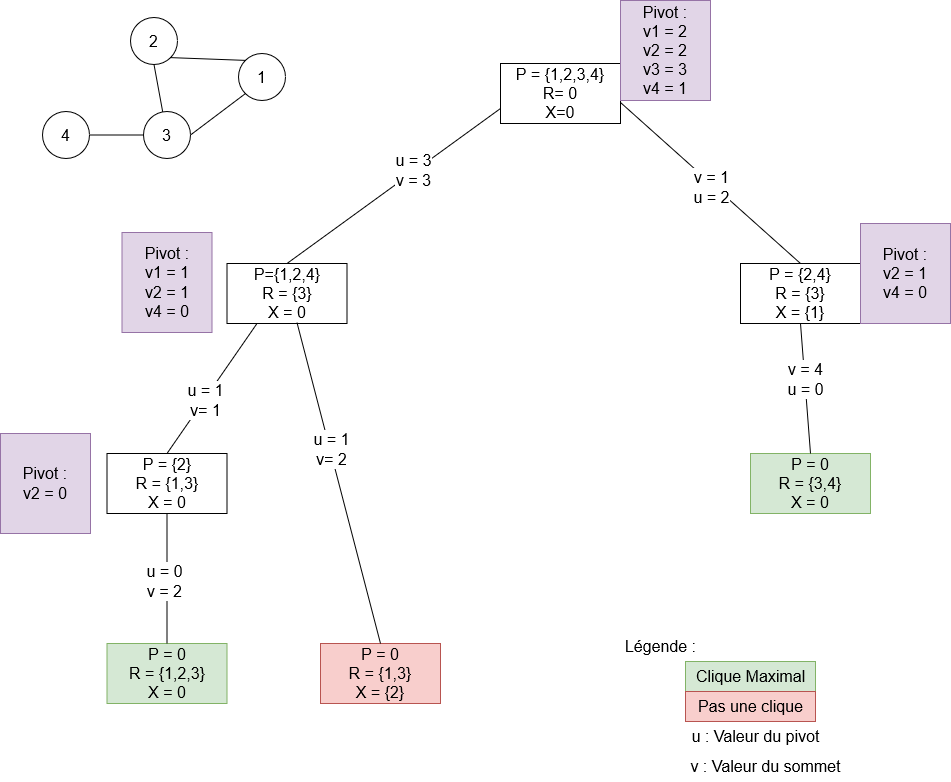
This is src/memoire-umons/images/pivot_kerbosch.png from sebabal1/projet_lrs, a draw.io export, as it was before one commit. Source tidied: cells renumbered, new cells last; positions are measured from the earlier drawing's top-left corner, leaving out a move shared by most shapes. The source it was exported from:
```xml
<mxGraphModel>
  <root>
    <mxCell id="0" />
    <mxCell id="1" parent="0" />
    <mxCell id="2" value="&lt;div style=&quot;font-size: 16px;&quot;&gt;P = {1,2,3,4}&lt;/div&gt;&lt;div style=&quot;font-size: 16px;&quot;&gt;R= 0&lt;/div&gt;&lt;div style=&quot;font-size: 16px;&quot;&gt;X=0&lt;br style=&quot;font-size: 16px;&quot;&gt;&lt;/div&gt;" style="rounded=0;whiteSpace=wrap;html=1;fontSize=16;" parent="1" vertex="1">
      <mxGeometry x="500" y="63" width="120" height="60" as="geometry" />
    </mxCell>
    <mxCell id="3" value="&lt;div style=&quot;font-size: 16px;&quot;&gt;P={1,2,4}&lt;/div&gt;&lt;div style=&quot;font-size: 16px;&quot;&gt;R = {3}&lt;/div&gt;&lt;div style=&quot;font-size: 16px;&quot;&gt;X = 0&lt;br style=&quot;font-size: 16px;&quot;&gt;&lt;/div&gt;" style="rounded=0;whiteSpace=wrap;html=1;fontSize=16;" parent="1" vertex="1">
      <mxGeometry x="226.5" y="263" width="120" height="60" as="geometry" />
    </mxCell>
    <mxCell id="4" value="&lt;div style=&quot;font-size: 16px;&quot;&gt;P = {2}&lt;/div&gt;&lt;div style=&quot;font-size: 16px;&quot;&gt;R = {1,3}&lt;/div&gt;&lt;div style=&quot;font-size: 16px;&quot;&gt;X = 0&lt;br style=&quot;font-size: 16px;&quot;&gt;&lt;/div&gt;" style="rounded=0;whiteSpace=wrap;html=1;fontSize=16;" parent="1" vertex="1">
      <mxGeometry x="106.5" y="453" width="120" height="60" as="geometry" />
    </mxCell>
    <mxCell id="5" value="&lt;div style=&quot;font-size: 16px;&quot;&gt;P = 0&lt;/div&gt;&lt;div style=&quot;font-size: 16px;&quot;&gt;R = {1,2,3}&lt;/div&gt;&lt;div style=&quot;font-size: 16px;&quot;&gt;X = 0&lt;br style=&quot;font-size: 16px;&quot;&gt;&lt;/div&gt;" style="rounded=0;whiteSpace=wrap;html=1;fontSize=16;fillColor=#d5e8d4;strokeColor=#82b366;" parent="1" vertex="1">
      <mxGeometry x="106.5" y="643" width="120" height="60" as="geometry" />
    </mxCell>
    <mxCell id="6" value="&lt;div style=&quot;font-size: 16px;&quot;&gt;P = 0&lt;/div&gt;&lt;div style=&quot;font-size: 16px;&quot;&gt;R = {1,3}&lt;/div&gt;&lt;div style=&quot;font-size: 16px;&quot;&gt;X = {2}&lt;br style=&quot;font-size: 16px;&quot;&gt;&lt;/div&gt;" style="rounded=0;whiteSpace=wrap;html=1;fontSize=16;fillColor=#f8cecc;strokeColor=#b85450;" parent="1" vertex="1">
      <mxGeometry x="320" y="643" width="120" height="60" as="geometry" />
    </mxCell>
    <mxCell id="7" value="&lt;div style=&quot;font-size: 16px;&quot;&gt;P = {2,4}&lt;/div&gt;&lt;div style=&quot;font-size: 16px;&quot;&gt;R = {3}&lt;/div&gt;&lt;div style=&quot;font-size: 16px;&quot;&gt;X = {1}&lt;br style=&quot;font-size: 16px;&quot;&gt;&lt;/div&gt;" style="rounded=0;whiteSpace=wrap;html=1;fontSize=16;" parent="1" vertex="1">
      <mxGeometry x="740" y="263" width="120" height="60" as="geometry" />
    </mxCell>
    <mxCell id="8" value="&lt;div style=&quot;font-size: 16px;&quot;&gt;P = 0&lt;/div&gt;&lt;div style=&quot;font-size: 16px;&quot;&gt;R = {3,4}&lt;/div&gt;&lt;div style=&quot;font-size: 16px;&quot;&gt;X = 0&lt;br style=&quot;font-size: 16px;&quot;&gt;&lt;/div&gt;" style="rounded=0;whiteSpace=wrap;html=1;fontSize=16;fillColor=#d5e8d4;strokeColor=#82b366;" parent="1" vertex="1">
      <mxGeometry x="750" y="453" width="120" height="60" as="geometry" />
    </mxCell>
    <mxCell id="9" value="4" style="ellipse;whiteSpace=wrap;html=1;fontSize=16;" parent="1" vertex="1">
      <mxGeometry x="42" y="111" width="47" height="47" as="geometry" />
    </mxCell>
    <mxCell id="10" value="1" style="ellipse;whiteSpace=wrap;html=1;fontSize=16;" parent="1" vertex="1">
      <mxGeometry x="238" y="53" width="47" height="47" as="geometry" />
    </mxCell>
    <mxCell id="11" value="3" style="ellipse;whiteSpace=wrap;html=1;fontSize=16;" parent="1" vertex="1">
      <mxGeometry x="143" y="111" width="47" height="47" as="geometry" />
    </mxCell>
    <mxCell id="12" value="2" style="ellipse;whiteSpace=wrap;html=1;fontSize=16;" parent="1" vertex="1">
      <mxGeometry x="130" y="17" width="47" height="47" as="geometry" />
    </mxCell>
    <mxCell id="13" style="endArrow=none;html=1;rounded=0;exitX=1;exitY=0.5;exitDx=0;exitDy=0;entryX=0;entryY=0.5;entryDx=0;entryDy=0;fontSize=16;" parent="1" edge="1" source="9" target="11">
      <mxGeometry relative="1" as="geometry" />
    </mxCell>
    <mxCell id="14" style="endArrow=none;html=1;rounded=0;exitX=1;exitY=0.5;exitDx=0;exitDy=0;entryX=0;entryY=1;entryDx=0;entryDy=0;fontSize=16;" parent="1" edge="1" source="11" target="10">
      <mxGeometry relative="1" as="geometry" />
    </mxCell>
    <mxCell id="15" style="endArrow=none;html=1;rounded=0;entryX=1;entryY=1;entryDx=0;entryDy=0;exitX=0;exitY=0;exitDx=0;exitDy=0;fontSize=16;" parent="1" edge="1" source="10" target="12">
      <mxGeometry relative="1" as="geometry" />
    </mxCell>
    <mxCell id="16" style="endArrow=none;html=1;rounded=0;entryX=0.5;entryY=1;entryDx=0;entryDy=0;fontSize=16;" parent="1" edge="1" source="11" target="12">
      <mxGeometry relative="1" as="geometry" />
    </mxCell>
    <mxCell id="17" style="endArrow=none;html=1;rounded=0;entryX=0;entryY=0.75;entryDx=0;entryDy=0;exitX=0.5;exitY=0;exitDx=0;exitDy=0;fontSize=16;" parent="1" edge="1" source="3" target="2">
      <mxGeometry relative="1" as="geometry" />
    </mxCell>
    <mxCell id="18" value="&lt;div style=&quot;font-size: 16px;&quot;&gt;u = 3&lt;/div&gt;&lt;div style=&quot;font-size: 16px;&quot;&gt;v = 3&lt;br style=&quot;font-size: 16px;&quot;&gt;&lt;/div&gt;" style="edgeLabel;html=1;align=center;verticalAlign=middle;fontSize=16;" parent="17" vertex="1">
      <mxGeometry x="0.19" y="1" relative="1" as="geometry" />
    </mxCell>
    <mxCell id="19" style="endArrow=none;html=1;rounded=0;entryX=0.25;entryY=1;entryDx=0;entryDy=0;exitX=0.5;exitY=0;exitDx=0;exitDy=0;fontSize=16;" parent="1" edge="1" source="4" target="3">
      <mxGeometry relative="1" as="geometry" />
    </mxCell>
    <mxCell id="20" value="&lt;div style=&quot;font-size: 16px;&quot;&gt;u = 1&lt;/div&gt;&lt;div style=&quot;font-size: 16px;&quot;&gt;v= 1&lt;br style=&quot;font-size: 16px;&quot;&gt;&lt;/div&gt;" style="edgeLabel;html=1;align=center;verticalAlign=middle;fontSize=16;" parent="19" vertex="1">
      <mxGeometry x="-0.17" relative="1" as="geometry">
        <mxPoint y="1" as="offset" />
      </mxGeometry>
    </mxCell>
    <mxCell id="21" style="endArrow=none;html=1;rounded=0;entryX=0.5;entryY=1;entryDx=0;entryDy=0;exitX=0.5;exitY=0;exitDx=0;exitDy=0;fontSize=16;" parent="1" edge="1" source="5" target="4">
      <mxGeometry relative="1" as="geometry" />
    </mxCell>
    <mxCell id="22" value="&lt;div style=&quot;font-size: 16px;&quot;&gt;u = 0&lt;/div&gt;&lt;div style=&quot;font-size: 16px;&quot;&gt;v = 2&lt;br style=&quot;font-size: 16px;&quot;&gt;&lt;/div&gt;" style="edgeLabel;html=1;align=center;verticalAlign=middle;fontSize=16;" parent="21" vertex="1">
      <mxGeometry x="-0.02" y="3" relative="1" as="geometry">
        <mxPoint y="1" as="offset" />
      </mxGeometry>
    </mxCell>
    <mxCell id="23" style="endArrow=none;html=1;rounded=0;entryX=0.583;entryY=0.983;entryDx=0;entryDy=0;exitX=0.5;exitY=0;exitDx=0;exitDy=0;fontSize=16;entryPerimeter=0;" parent="1" edge="1" source="6" target="3">
      <mxGeometry relative="1" as="geometry" />
    </mxCell>
    <mxCell id="24" value="&lt;div style=&quot;font-size: 16px;&quot;&gt;u = 1&lt;/div&gt;&lt;div style=&quot;font-size: 16px;&quot;&gt;v= 2&lt;br style=&quot;font-size: 16px;&quot;&gt;&lt;/div&gt;" style="edgeLabel;html=1;align=center;verticalAlign=middle;fontSize=16;" parent="23" vertex="1">
      <mxGeometry x="0.22" y="-1" relative="1" as="geometry">
        <mxPoint y="1" as="offset" />
      </mxGeometry>
    </mxCell>
    <mxCell id="25" style="endArrow=none;html=1;rounded=0;entryX=1;entryY=0.65;entryDx=0;entryDy=0;entryPerimeter=0;exitX=0.5;exitY=0;exitDx=0;exitDy=0;fontSize=16;" parent="1" edge="1" source="7" target="2">
      <mxGeometry relative="1" as="geometry" />
    </mxCell>
    <mxCell id="26" value="&lt;div style=&quot;font-size: 16px;&quot;&gt;v = 1&lt;/div&gt;&lt;div style=&quot;font-size: 16px;&quot;&gt;u = 2&lt;br style=&quot;font-size: 16px;&quot;&gt;&lt;/div&gt;" style="edgeLabel;html=1;align=center;verticalAlign=middle;fontSize=16;" parent="25" vertex="1">
      <mxGeometry x="-0.02" y="3" relative="1" as="geometry" />
    </mxCell>
    <mxCell id="27" style="endArrow=none;html=1;rounded=0;entryX=0.5;entryY=1;entryDx=0;entryDy=0;exitX=0.5;exitY=0;exitDx=0;exitDy=0;fontSize=16;" parent="1" edge="1" source="8" target="7">
      <mxGeometry relative="1" as="geometry" />
    </mxCell>
    <mxCell id="28" value="&lt;div style=&quot;font-size: 16px;&quot;&gt;v = 4&lt;/div&gt;&lt;div style=&quot;font-size: 16px;&quot;&gt;u = 0&lt;br style=&quot;font-size: 16px;&quot;&gt;&lt;/div&gt;" style="edgeLabel;html=1;align=center;verticalAlign=middle;fontSize=16;" parent="27" vertex="1">
      <mxGeometry x="0.16" relative="1" as="geometry" />
    </mxCell>
    <mxCell id="29" value="Clique Maximal" style="text;html=1;align=center;verticalAlign=middle;strokeColor=#82b366;fillColor=#d5e8d4;fontSize=16;" parent="1" vertex="1">
      <mxGeometry x="685" y="661" width="130" height="30" as="geometry" />
    </mxCell>
    <mxCell id="30" value="Pas une clique" style="text;html=1;align=center;verticalAlign=middle;strokeColor=#b85450;fillColor=#f8cecc;fontSize=16;" parent="1" vertex="1">
      <mxGeometry x="685" y="691" width="130" height="30" as="geometry" />
    </mxCell>
    <mxCell id="31" value="Légende : " style="text;html=1;align=center;verticalAlign=middle;strokeColor=none;fillColor=none;fontSize=16;" parent="1" vertex="1">
      <mxGeometry x="615" y="631" width="90" height="30" as="geometry" />
    </mxCell>
    <mxCell id="32" value="u : Valeur du pivot" style="text;html=1;align=center;verticalAlign=middle;strokeColor=none;fillColor=none;fontSize=16;" parent="1" vertex="1">
      <mxGeometry x="680" y="721" width="150" height="30" as="geometry" />
    </mxCell>
    <mxCell id="33" value="v : Valeur du sommet" style="text;html=1;align=center;verticalAlign=middle;strokeColor=none;fillColor=none;fontSize=16;" parent="1" vertex="1">
      <mxGeometry x="680" y="751" width="170" height="30" as="geometry" />
    </mxCell>
    <mxCell id="34" value="&lt;div style=&quot;font-size: 16px;&quot;&gt;Pivot :&lt;/div&gt;&lt;div style=&quot;font-size: 16px;&quot;&gt;v1 = 2&lt;/div&gt;&lt;div style=&quot;font-size: 16px;&quot;&gt;v2 = 2&lt;/div&gt;&lt;div style=&quot;font-size: 16px;&quot;&gt;v3 = 3&lt;/div&gt;&lt;div style=&quot;font-size: 16px;&quot;&gt;v4 = 1&lt;br style=&quot;font-size: 16px;&quot;&gt;&lt;/div&gt;" style="rounded=0;whiteSpace=wrap;html=1;fontSize=16;fillColor=#e1d5e7;strokeColor=#9673a6;" parent="1" vertex="1">
      <mxGeometry x="620" width="90" height="100" as="geometry" />
    </mxCell>
    <mxCell id="35" value="&lt;div style=&quot;font-size: 16px;&quot;&gt;Pivot :&lt;/div&gt;&lt;div style=&quot;font-size: 16px;&quot;&gt;v1 = 1&lt;br&gt;&lt;/div&gt;&lt;div style=&quot;font-size: 16px;&quot;&gt;v2 = 1&lt;br&gt;&lt;/div&gt;&lt;div style=&quot;font-size: 16px;&quot;&gt;v4 = 0&lt;br style=&quot;font-size: 16px;&quot;&gt;&lt;/div&gt;" style="rounded=0;whiteSpace=wrap;html=1;fontSize=16;fillColor=#e1d5e7;strokeColor=#9673a6;" parent="1" vertex="1">
      <mxGeometry x="121.5" y="232" width="90" height="100" as="geometry" />
    </mxCell>
    <mxCell id="36" value="&lt;div style=&quot;font-size: 16px;&quot;&gt;Pivot :&lt;/div&gt;&lt;div style=&quot;font-size: 16px;&quot;&gt;v2 = 0&lt;br&gt;&lt;/div&gt;" style="rounded=0;whiteSpace=wrap;html=1;fontSize=16;fillColor=#e1d5e7;strokeColor=#9673a6;" parent="1" vertex="1">
      <mxGeometry y="433" width="90" height="100" as="geometry" />
    </mxCell>
    <mxCell id="37" value="&lt;div style=&quot;font-size: 16px;&quot;&gt;Pivot :&lt;/div&gt;&lt;div style=&quot;font-size: 16px;&quot;&gt;v2 = 1&lt;br&gt;&lt;/div&gt;&lt;div style=&quot;font-size: 16px;&quot;&gt;v4 = 0&lt;br style=&quot;font-size: 16px;&quot;&gt;&lt;/div&gt;" style="rounded=0;whiteSpace=wrap;html=1;fontSize=16;fillColor=#e1d5e7;strokeColor=#9673a6;" parent="1" vertex="1">
      <mxGeometry x="860" y="223" width="90" height="100" as="geometry" />
    </mxCell>
  </root>
</mxGraphModel>
```
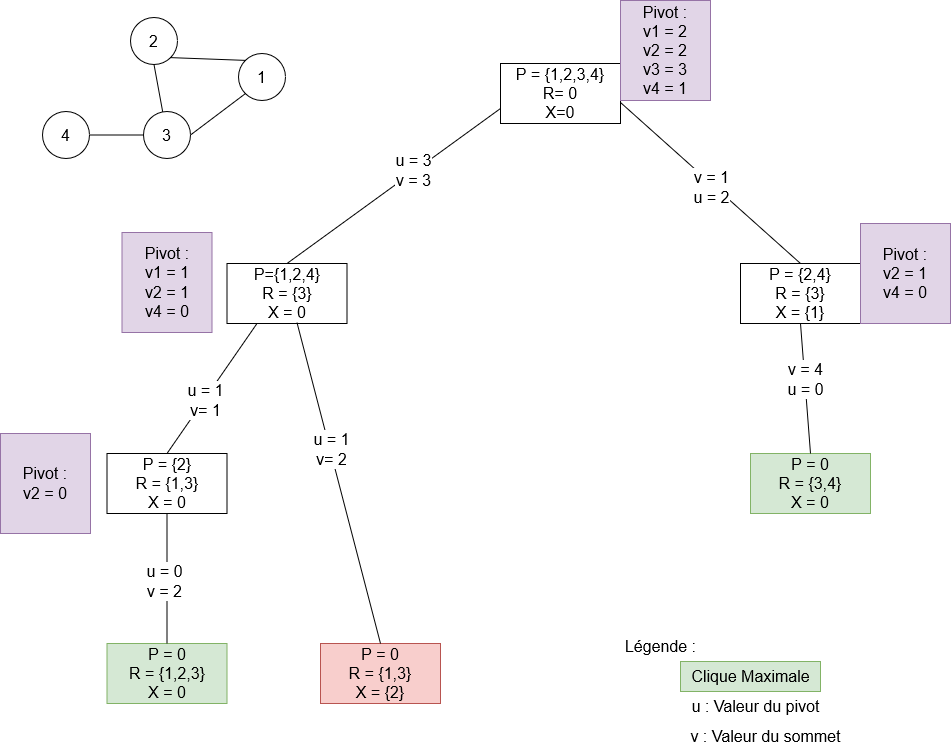
The same diagram one commit later.

Change to the diagram source:
```diff
@@ -89,20 +89,17 @@
     <mxCell id="28" value="&lt;div style=&quot;font-size: 16px;&quot;&gt;v = 4&lt;/div&gt;&lt;div style=&quot;font-size: 16px;&quot;&gt;u = 0&lt;br style=&quot;font-size: 16px;&quot;&gt;&lt;/div&gt;" style="edgeLabel;html=1;align=center;verticalAlign=middle;fontSize=16;" parent="27" vertex="1">
       <mxGeometry x="0.16" relative="1" as="geometry" />
     </mxCell>
-    <mxCell id="29" value="Clique Maximal" style="text;html=1;align=center;verticalAlign=middle;strokeColor=#82b366;fillColor=#d5e8d4;fontSize=16;" parent="1" vertex="1">
-      <mxGeometry x="685" y="661" width="130" height="30" as="geometry" />
+    <mxCell id="29" value="Clique Maximale" style="text;html=1;align=center;verticalAlign=middle;strokeColor=#82b366;fillColor=#d5e8d4;fontSize=16;" parent="1" vertex="1">
+      <mxGeometry x="680" y="661" width="140" height="30" as="geometry" />
     </mxCell>
-    <mxCell id="30" value="Pas une clique" style="text;html=1;align=center;verticalAlign=middle;strokeColor=#b85450;fillColor=#f8cecc;fontSize=16;" parent="1" vertex="1">
-      <mxGeometry x="685" y="691" width="130" height="30" as="geometry" />
-    </mxCell>
     <mxCell id="31" value="Légende : " style="text;html=1;align=center;verticalAlign=middle;strokeColor=none;fillColor=none;fontSize=16;" parent="1" vertex="1">
       <mxGeometry x="615" y="631" width="90" height="30" as="geometry" />
     </mxCell>
     <mxCell id="32" value="u : Valeur du pivot" style="text;html=1;align=center;verticalAlign=middle;strokeColor=none;fillColor=none;fontSize=16;" parent="1" vertex="1">
-      <mxGeometry x="680" y="721" width="150" height="30" as="geometry" />
+      <mxGeometry x="680" y="691" width="150" height="30" as="geometry" />
     </mxCell>
     <mxCell id="33" value="v : Valeur du sommet" style="text;html=1;align=center;verticalAlign=middle;strokeColor=none;fillColor=none;fontSize=16;" parent="1" vertex="1">
-      <mxGeometry x="680" y="751" width="170" height="30" as="geometry" />
+      <mxGeometry x="680" y="721" width="170" height="30" as="geometry" />
     </mxCell>
     <mxCell id="34" value="&lt;div style=&quot;font-size: 16px;&quot;&gt;Pivot :&lt;/div&gt;&lt;div style=&quot;font-size: 16px;&quot;&gt;v1 = 2&lt;/div&gt;&lt;div style=&quot;font-size: 16px;&quot;&gt;v2 = 2&lt;/div&gt;&lt;div style=&quot;font-size: 16px;&quot;&gt;v3 = 3&lt;/div&gt;&lt;div style=&quot;font-size: 16px;&quot;&gt;v4 = 1&lt;br style=&quot;font-size: 16px;&quot;&gt;&lt;/div&gt;" style="rounded=0;whiteSpace=wrap;html=1;fontSize=16;fillColor=#e1d5e7;strokeColor=#9673a6;" parent="1" vertex="1">
       <mxGeometry x="620" width="90" height="100" as="geometry" />
```
